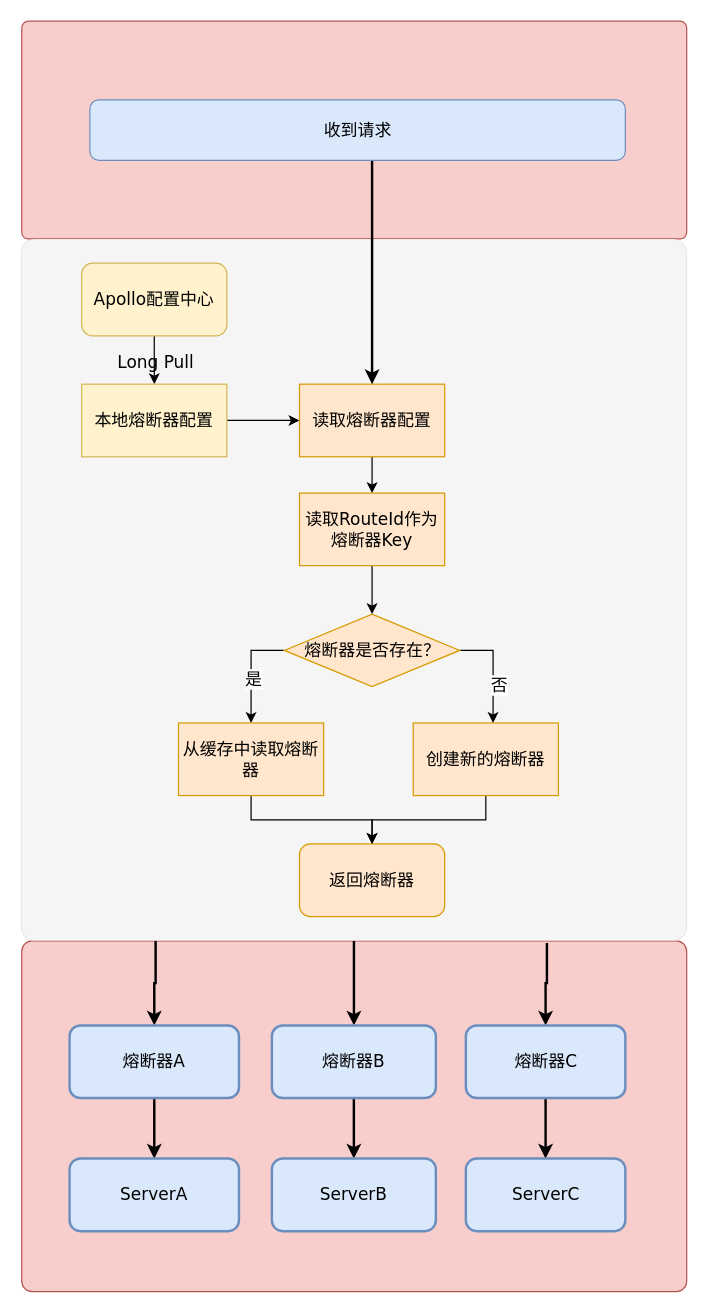
Before: page "网关熔断" (10 of 11) of Untitled Diagram.drawio in maxuewen/draw.io, a draw.io diagram. Source tidied: cells renumbered, new cells numbered last; positions are measured from the earlier drawing's top-left corner, leaving out a move shared by most shapes. Both pictures are drawn from the tidied source at 121%, with x=0, y=0 at pixel (21, 21).
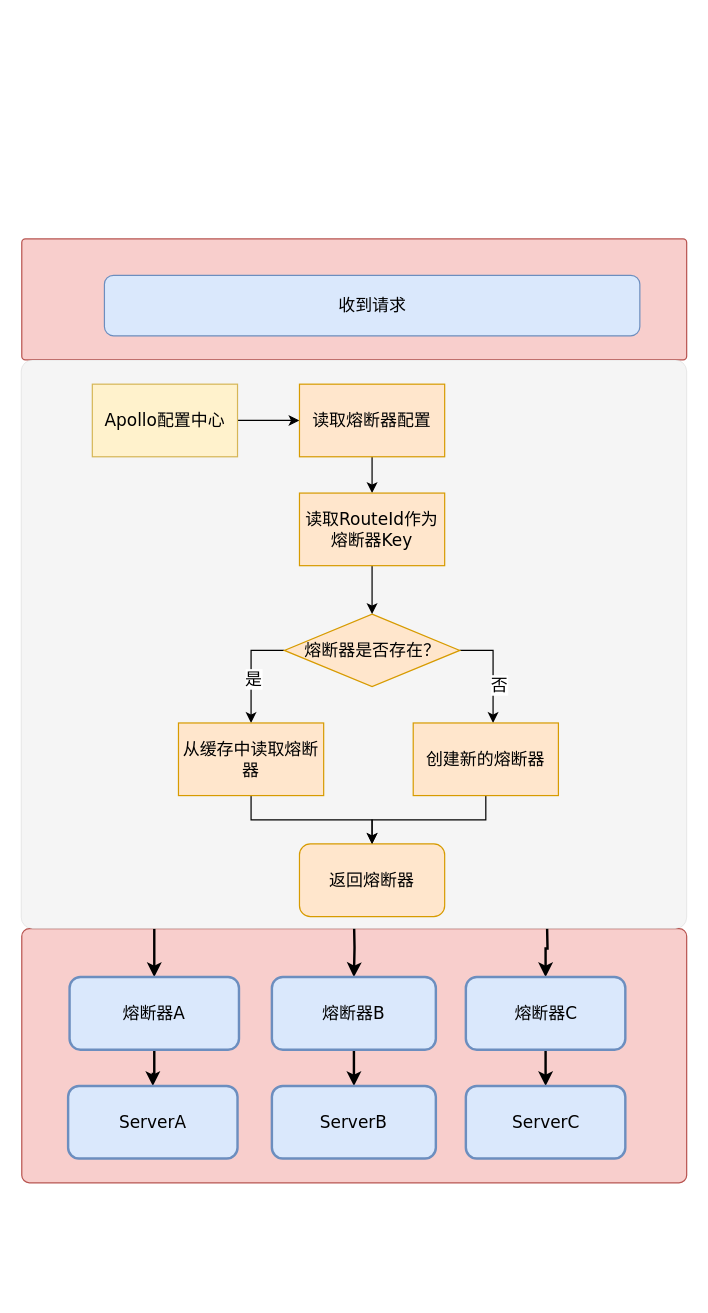
After the change.

The change refers to these unchanged cells:
```xml
<mxCell id="14" value="读取熔断器配置" style="rounded=1;whiteSpace=wrap;html=1;labelBackgroundColor=none;fontFamily=Verdana;fontSize=14;strokeWidth=1;fillColor=#ffe6cc;strokeColor=#d79b00;arcSize=0;" parent="1" vertex="1">
  <mxGeometry x="230" y="300" width="120" height="60" as="geometry" />
</mxCell>
```

What changed in the source:
```diff
@@
     <mxCell id="2" style="rounded=1;whiteSpace=wrap;html=1;arcSize=3;fillColor=#f8cecc;strokeColor=#b85450;" parent="1" vertex="1">
-      <mxGeometry x="0.5" width="549.5" height="180" as="geometry" />
+      <mxGeometry x="0.5" y="180" width="549.5" height="100" as="geometry" />
     </mxCell>
     <mxCell id="3" style="rounded=1;whiteSpace=wrap;html=1;arcSize=3;fillColor=#f8cecc;strokeColor=#b85450;" parent="1" vertex="1">
-      <mxGeometry x="0.5" y="760" width="549.5" height="290" as="geometry" />
+      <mxGeometry x="0.5" y="750" width="549.5" height="210" as="geometry" />
     </mxCell>
-    <mxCell id="4" style="edgeStyle=orthogonalEdgeStyle;rounded=0;jettySize=auto;html=1;exitX=0.202;exitY=1;exitDx=0;exitDy=0;entryX=0.5;entryY=0;entryDx=0;entryDy=0;strokeWidth=2;exitPerimeter=0;" parent="1" edge="1" source="7" target="30">
-      <mxGeometry relative="1" as="geometry">
-        <Array as="points">
-          <mxPoint x="110" y="795" />
-        </Array>
-      </mxGeometry>
-    </mxCell>
-    <mxCell id="5" style="edgeStyle=orthogonalEdgeStyle;rounded=0;jettySize=auto;html=1;strokeWidth=2;" parent="1" edge="1" source="7" target="32">
-      <mxGeometry relative="1" as="geometry" />
+    <mxCell id="5" style="edgeStyle=orthogonalEdgeStyle;rounded=0;jettySize=auto;html=1;strokeWidth=2;" parent="1" edge="1" target="32">
+      <mxGeometry relative="1" as="geometry">
+        <mxPoint x="275" y="740" as="sourcePoint" />
+      </mxGeometry>
     </mxCell>
-    <mxCell id="6" style="edgeStyle=orthogonalEdgeStyle;rounded=0;jettySize=auto;html=1;exitX=0.79;exitY=1.003;exitDx=0;exitDy=0;entryX=0.5;entryY=0;entryDx=0;entryDy=0;strokeWidth=2;exitPerimeter=0;" parent="1" edge="1" source="7" target="34">
-      <mxGeometry relative="1" as="geometry" />
+    <mxCell id="6" style="edgeStyle=orthogonalEdgeStyle;rounded=0;jettySize=auto;html=1;exitX=0.79;exitY=1.003;exitDx=0;exitDy=0;entryX=0.5;entryY=0;entryDx=0;entryDy=0;strokeWidth=2;exitPerimeter=0;" parent="1" edge="1" target="34">
+      <mxGeometry relative="1" as="geometry">
+        <mxPoint x="434.5" y="741.7" as="sourcePoint" />
+      </mxGeometry>
     </mxCell>
+    <mxCell id="4" style="edgeStyle=orthogonalEdgeStyle;rounded=0;jettySize=auto;html=1;entryX=0.5;entryY=0;entryDx=0;entryDy=0;strokeWidth=2;" parent="1" edge="1" source="7" target="30">
+      <mxGeometry relative="1" as="geometry">
+        <Array as="points">
+          <mxPoint x="110" y="760" />
+          <mxPoint x="110" y="760" />
+        </Array>
+      </mxGeometry>
+    </mxCell>
     <mxCell id="7" style="rounded=1;whiteSpace=wrap;html=1;labelBackgroundColor=none;fontFamily=Verdana;fontSize=14;strokeWidth=0;arcSize=2;fillColor=#f5f5f5;fontColor=#333333;strokeColor=#666666;" parent="1" vertex="1">
-      <mxGeometry y="180" width="550" height="580" as="geometry" />
+      <mxGeometry y="280" width="550" height="470" as="geometry" />
     </mxCell>
-    <mxCell id="8" style="edgeStyle=elbowEdgeStyle;rounded=0;jumpStyle=arc;jumpSize=12;jettySize=auto;html=1;exitX=0.5;exitY=1;exitDx=0;exitDy=0;entryX=0.5;entryY=0;entryDx=0;entryDy=0;labelBackgroundColor=none;fontFamily=Verdana;fontSize=14;fontColor=#000000;elbow=vertical;" parent="1" edge="1" source="10" target="12">
-      <mxGeometry relative="1" as="geometry" />
-    </mxCell>
-    <mxCell id="9" value="&lt;font style=&quot;font-size: 14px;&quot;&gt;Long Pull&lt;/font&gt;" style="edgeLabel;html=1;align=center;verticalAlign=middle;fontSize=14;fontFamily=Verdana;fontColor=#000000;labelBackgroundColor=none;" parent="8" vertex="1">
-      <mxGeometry x="0.1" y="-1" relative="1" as="geometry">
-        <mxPoint x="1" y="-1" as="offset" />
-      </mxGeometry>
-    </mxCell>
-    <mxCell id="10" value="Apollo配置中心" style="rounded=1;whiteSpace=wrap;html=1;labelBackgroundColor=none;fontFamily=Verdana;fontSize=14;strokeWidth=1;fillColor=#fff2cc;strokeColor=#d6b656;" parent="1" vertex="1">
-      <mxGeometry x="50" y="200" width="120" height="60" as="geometry" />
-    </mxCell>
@@
-    <mxCell id="12" value="本地熔断器配置" style="rounded=1;whiteSpace=wrap;html=1;labelBackgroundColor=none;fontFamily=Verdana;fontSize=14;strokeWidth=1;fillColor=#fff2cc;strokeColor=#d6b656;arcSize=0;" parent="1" vertex="1">
-      <mxGeometry x="50" y="300" width="120" height="60" as="geometry" />
+    <mxCell id="12" value="Apollo配置中心" style="rounded=1;whiteSpace=wrap;html=1;labelBackgroundColor=none;fontFamily=Verdana;fontSize=14;strokeWidth=1;fillColor=#fff2cc;strokeColor=#d6b656;arcSize=0;" parent="1" vertex="1">
+      <mxGeometry x="58.8" y="300" width="120" height="60" as="geometry" />
     </mxCell>
@@
-    <mxCell id="27" style="edgeStyle=elbowEdgeStyle;rounded=0;jumpStyle=arc;jumpSize=12;jettySize=auto;elbow=vertical;html=1;labelBackgroundColor=none;fontFamily=Verdana;fontSize=14;fontColor=#000000;strokeWidth=2;" parent="1" edge="1" target="14">
-      <mxGeometry relative="1" as="geometry">
-        <mxPoint x="290" y="110" as="sourcePoint" />
-      </mxGeometry>
-    </mxCell>
     <mxCell id="28" value="收到请求" style="rounded=1;whiteSpace=wrap;html=1;labelBackgroundColor=none;fontFamily=Verdana;fontSize=14;strokeWidth=1;fillColor=#dae8fc;strokeColor=#6c8ebf;" parent="1" vertex="1">
-      <mxGeometry x="56.8" y="65" width="442.5" height="50" as="geometry" />
+      <mxGeometry x="68.8" y="210" width="442.5" height="50" as="geometry" />
     </mxCell>
@@
     <mxCell id="30" value="熔断器A" style="rounded=1;whiteSpace=wrap;html=1;labelBackgroundColor=none;fontFamily=Verdana;fontSize=14;strokeWidth=2;fillColor=#dae8fc;strokeColor=#6c8ebf;" parent="1" vertex="1">
-      <mxGeometry x="40" y="830" width="140" height="60" as="geometry" />
+      <mxGeometry x="40" y="790" width="140" height="60" as="geometry" />
     </mxCell>
@@
     <mxCell id="32" value="熔断器B" style="rounded=1;whiteSpace=wrap;html=1;labelBackgroundColor=none;fontFamily=Verdana;fontSize=14;strokeWidth=2;fillColor=#dae8fc;strokeColor=#6c8ebf;" parent="1" vertex="1">
-      <mxGeometry x="207.2" y="830" width="135.5" height="60" as="geometry" />
+      <mxGeometry x="207.2" y="790" width="135.5" height="60" as="geometry" />
     </mxCell>
@@
     <mxCell id="34" value="熔断器C" style="rounded=1;whiteSpace=wrap;html=1;labelBackgroundColor=none;fontFamily=Verdana;fontSize=14;strokeWidth=2;fillColor=#dae8fc;strokeColor=#6c8ebf;" parent="1" vertex="1">
-      <mxGeometry x="367.5" y="830" width="131.8" height="60" as="geometry" />
+      <mxGeometry x="367.5" y="790" width="131.8" height="60" as="geometry" />
     </mxCell>
     <mxCell id="35" value="ServerA" style="rounded=1;whiteSpace=wrap;html=1;labelBackgroundColor=none;fontFamily=Verdana;fontSize=14;strokeWidth=2;fillColor=#dae8fc;strokeColor=#6c8ebf;" parent="1" vertex="1">
-      <mxGeometry x="40" y="940" width="140" height="60" as="geometry" />
+      <mxGeometry x="38.8" y="880" width="140" height="60" as="geometry" />
     </mxCell>
     <mxCell id="36" value="ServerB" style="rounded=1;whiteSpace=wrap;html=1;labelBackgroundColor=none;fontFamily=Verdana;fontSize=14;strokeWidth=2;fillColor=#dae8fc;strokeColor=#6c8ebf;" parent="1" vertex="1">
-      <mxGeometry x="207.2" y="940" width="135.5" height="60" as="geometry" />
+      <mxGeometry x="207.2" y="880" width="135.5" height="60" as="geometry" />
     </mxCell>
     <mxCell id="37" value="ServerC" style="rounded=1;whiteSpace=wrap;html=1;labelBackgroundColor=none;fontFamily=Verdana;fontSize=14;strokeWidth=2;fillColor=#dae8fc;strokeColor=#6c8ebf;" parent="1" vertex="1">
-      <mxGeometry x="367.5" y="940" width="131.8" height="60" as="geometry" />
+      <mxGeometry x="367.5" y="880" width="131.8" height="60" as="geometry" />
     </mxCell>
```
